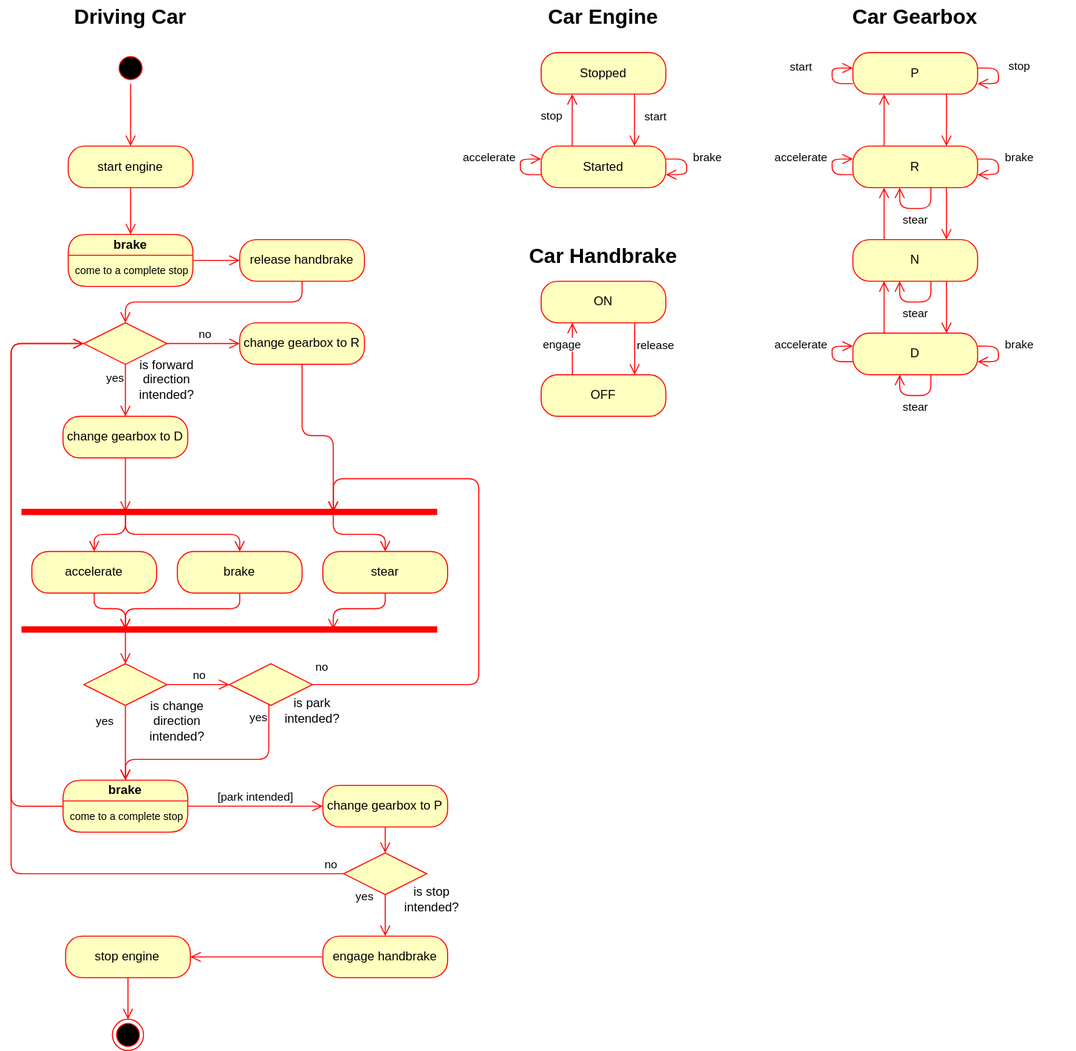
Before: help-uml/activity/driving-a-car-example.drawio.svg, a diagram exported from draw.io (suttaplayer/dn34-PROGRESSING-BY-TENS). Source tidied: cells renumbered, new cells last; positions are measured from the earlier drawing's top-left corner, leaving out a move shared by most shapes.
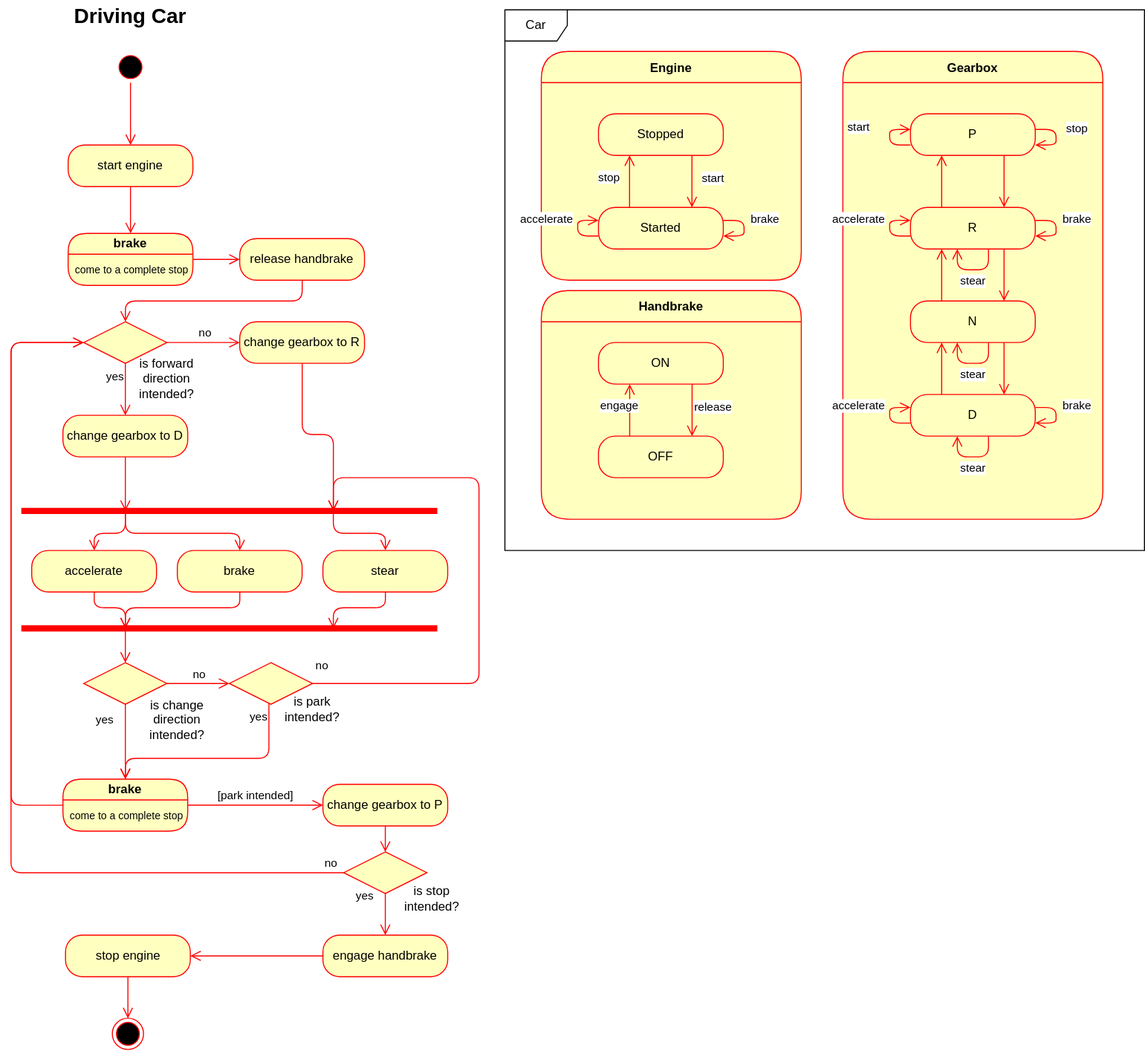
After the commit.

The edit, as a diff of the source:
```diff
@@ -2,6 +2,18 @@
   <root>
     <mxCell id="0" />
     <mxCell id="1" parent="0" />
+    <mxCell id="87" value="Gearbox" style="swimlane;fontStyle=1;align=center;verticalAlign=middle;horizontal=1;startSize=30;fontColor=#000000;rounded=1;arcSize=30;strokeColor=#ff0000;fillColor=#ffffc0;swimlaneFillColor=#ffffc0;" parent="1" vertex="1">
+      <mxGeometry x="810" y="50" width="250" height="450" as="geometry" />
+    </mxCell>
+    <mxCell id="88" value="Car" style="shape=umlFrame;whiteSpace=wrap;html=1;" parent="1" vertex="1">
+      <mxGeometry x="485" y="10" width="615" height="520" as="geometry" />
+    </mxCell>
+    <mxCell id="89" value="Engine" style="swimlane;fontStyle=1;align=center;verticalAlign=middle;horizontal=1;startSize=30;fontColor=#000000;rounded=1;arcSize=30;strokeColor=#ff0000;fillColor=#ffffc0;swimlaneFillColor=#ffffc0;" parent="1" vertex="1">
+      <mxGeometry x="520" y="50" width="250" height="220" as="geometry" />
+    </mxCell>
+    <mxCell id="90" value="Handbrake" style="swimlane;fontStyle=1;align=center;verticalAlign=middle;horizontal=1;startSize=30;fontColor=#000000;rounded=1;arcSize=30;strokeColor=#ff0000;fillColor=#ffffc0;swimlaneFillColor=#ffffc0;" parent="1" vertex="1">
+      <mxGeometry x="520" y="280" width="250" height="220" as="geometry" />
+    </mxCell>
     <mxCell id="2" value="start engine" style="rounded=1;whiteSpace=wrap;html=1;arcSize=40;fontColor=#000000;fillColor=#ffffc0;strokeColor=#ff0000;" parent="1" vertex="1">
       <mxGeometry x="65" y="140" width="120" height="40" as="geometry" />
     </mxCell>
@@ -32,32 +44,29 @@
     <mxCell id="9" value="Driving Car" style="text;html=1;align=center;verticalAlign=middle;whiteSpace=wrap;rounded=0;fontSize=20;fontStyle=1;" parent="1" vertex="1">
       <mxGeometry width="250" height="30" as="geometry" />
     </mxCell>
-    <mxCell id="10" value="Car Engine" style="text;html=1;align=center;verticalAlign=middle;whiteSpace=wrap;rounded=0;fontSize=20;fontStyle=1;" parent="1" vertex="1">
-      <mxGeometry x="425" width="310" height="30" as="geometry" />
-    </mxCell>
     <mxCell id="11" value="Stopped" style="rounded=1;whiteSpace=wrap;html=1;arcSize=40;fontColor=#000000;fillColor=#ffffc0;strokeColor=#ff0000;" parent="1" vertex="1">
-      <mxGeometry x="520" y="50" width="120" height="40" as="geometry" />
+      <mxGeometry x="575" y="110" width="120" height="40" as="geometry" />
     </mxCell>
     <mxCell id="12" value="Started" style="rounded=1;whiteSpace=wrap;html=1;arcSize=40;fontColor=#000000;fillColor=#ffffc0;strokeColor=#ff0000;" parent="1" vertex="1">
-      <mxGeometry x="520" y="140" width="120" height="40" as="geometry" />
+      <mxGeometry x="575" y="200" width="120" height="40" as="geometry" />
     </mxCell>
     <mxCell id="13" value="brake" style="edgeStyle=orthogonalEdgeStyle;html=1;verticalAlign=bottom;endArrow=open;endSize=8;strokeColor=#ff0000;" parent="1" edge="1">
       <mxGeometry y="20" relative="1" as="geometry">
-        <mxPoint x="640" y="152.5" as="sourcePoint" />
-        <mxPoint x="640" y="167.5" as="targetPoint" />
+        <mxPoint x="695" y="212.5" as="sourcePoint" />
+        <mxPoint x="695" y="227.5" as="targetPoint" />
         <Array as="points">
-          <mxPoint x="660" y="152.5" />
-          <mxPoint x="660" y="167.5" />
+          <mxPoint x="715" y="212.5" />
+          <mxPoint x="715" y="227.5" />
         </Array>
       </mxGeometry>
     </mxCell>
     <mxCell id="14" value="accelerate" style="edgeStyle=orthogonalEdgeStyle;html=1;verticalAlign=bottom;endArrow=open;endSize=8;strokeColor=#ff0000;" parent="1" edge="1">
       <mxGeometry y="30" relative="1" as="geometry">
-        <mxPoint x="520" y="167.5" as="sourcePoint" />
-        <mxPoint x="520" y="152.5" as="targetPoint" />
+        <mxPoint x="575" y="227.5" as="sourcePoint" />
+        <mxPoint x="575" y="212.5" as="targetPoint" />
         <Array as="points">
-          <mxPoint x="500" y="167.5" />
-          <mxPoint x="500" y="152.5" />
+          <mxPoint x="555" y="227.5" />
+          <mxPoint x="555" y="212.5" />
         </Array>
       </mxGeometry>
     </mxCell>
@@ -85,30 +94,27 @@
     <mxCell id="22" value="change gearbox to R" style="rounded=1;whiteSpace=wrap;html=1;arcSize=40;fontColor=#000000;fillColor=#ffffc0;strokeColor=#ff0000;" parent="1" vertex="1">
       <mxGeometry x="230" y="310" width="120" height="40" as="geometry" />
     </mxCell>
-    <mxCell id="23" value="Car Handbrake" style="text;html=1;align=center;verticalAlign=middle;whiteSpace=wrap;rounded=0;fontSize=20;fontStyle=1;" parent="1" vertex="1">
-      <mxGeometry x="425" y="230" width="310" height="30" as="geometry" />
-    </mxCell>
     <mxCell id="24" value="ON" style="rounded=1;whiteSpace=wrap;html=1;arcSize=40;fontColor=#000000;fillColor=#ffffc0;strokeColor=#ff0000;" parent="1" vertex="1">
-      <mxGeometry x="520" y="270" width="120" height="40" as="geometry" />
+      <mxGeometry x="575" y="330" width="120" height="40" as="geometry" />
     </mxCell>
     <mxCell id="25" value="OFF" style="rounded=1;whiteSpace=wrap;html=1;arcSize=40;fontColor=#000000;fillColor=#ffffc0;strokeColor=#ff0000;" parent="1" vertex="1">
-      <mxGeometry x="520" y="360" width="120" height="40" as="geometry" />
+      <mxGeometry x="575" y="420" width="120" height="40" as="geometry" />
     </mxCell>
     <mxCell id="26" value="release" style="edgeStyle=orthogonalEdgeStyle;html=1;verticalAlign=bottom;endArrow=open;endSize=8;strokeColor=#ff0000;" parent="1" edge="1" source="24" target="25">
       <mxGeometry x="0.2" y="20" relative="1" as="geometry">
         <Array as="points">
-          <mxPoint x="610" y="330" />
-          <mxPoint x="610" y="330" />
+          <mxPoint x="665" y="390" />
+          <mxPoint x="665" y="390" />
         </Array>
       </mxGeometry>
     </mxCell>
     <mxCell id="27" value="engage" style="edgeStyle=orthogonalEdgeStyle;html=1;verticalAlign=bottom;endArrow=open;endSize=8;strokeColor=#ff0000;" parent="1" edge="1">
       <mxGeometry x="-0.2" y="10" relative="1" as="geometry">
-        <mxPoint x="550" y="360" as="sourcePoint" />
-        <mxPoint x="550" y="310" as="targetPoint" />
+        <mxPoint x="605" y="420" as="sourcePoint" />
+        <mxPoint x="605" y="370" as="targetPoint" />
         <Array as="points">
-          <mxPoint x="550" y="330" />
-          <mxPoint x="550" y="330" />
+          <mxPoint x="605" y="390" />
+          <mxPoint x="605" y="390" />
         </Array>
       </mxGeometry>
     </mxCell>
@@ -125,95 +131,92 @@
       <mxGeometry relative="1" as="geometry" />
     </mxCell>
     <mxCell id="32" value="P" style="rounded=1;whiteSpace=wrap;html=1;arcSize=40;fontColor=#000000;fillColor=#ffffc0;strokeColor=#ff0000;" parent="1" vertex="1">
-      <mxGeometry x="820" y="50" width="120" height="40" as="geometry" />
+      <mxGeometry x="875" y="110" width="120" height="40" as="geometry" />
     </mxCell>
     <mxCell id="33" value="R" style="rounded=1;whiteSpace=wrap;html=1;arcSize=40;fontColor=#000000;fillColor=#ffffc0;strokeColor=#ff0000;" parent="1" vertex="1">
-      <mxGeometry x="820" y="140" width="120" height="40" as="geometry" />
+      <mxGeometry x="875" y="200" width="120" height="40" as="geometry" />
     </mxCell>
     <mxCell id="34" value="N" style="rounded=1;whiteSpace=wrap;html=1;arcSize=40;fontColor=#000000;fillColor=#ffffc0;strokeColor=#ff0000;" parent="1" vertex="1">
-      <mxGeometry x="820" y="230" width="120" height="40" as="geometry" />
+      <mxGeometry x="875" y="290" width="120" height="40" as="geometry" />
     </mxCell>
     <mxCell id="35" value="D" style="rounded=1;whiteSpace=wrap;html=1;arcSize=40;fontColor=#000000;fillColor=#ffffc0;strokeColor=#ff0000;" parent="1" vertex="1">
-      <mxGeometry x="820" y="320" width="120" height="40" as="geometry" />
+      <mxGeometry x="875" y="380" width="120" height="40" as="geometry" />
     </mxCell>
     <mxCell id="36" style="edgeStyle=orthogonalEdgeStyle;html=1;verticalAlign=bottom;endArrow=open;endSize=8;strokeColor=#ff0000;" parent="1" edge="1">
       <mxGeometry relative="1" as="geometry">
-        <mxPoint x="850" y="140" as="sourcePoint" />
-        <mxPoint x="850" y="90" as="targetPoint" />
+        <mxPoint x="905" y="200" as="sourcePoint" />
+        <mxPoint x="905" y="150" as="targetPoint" />
       </mxGeometry>
     </mxCell>
     <mxCell id="37" style="edgeStyle=orthogonalEdgeStyle;html=1;verticalAlign=bottom;endArrow=open;endSize=8;strokeColor=#ff0000;" parent="1" edge="1">
       <mxGeometry relative="1" as="geometry">
-        <mxPoint x="850" y="230" as="sourcePoint" />
-        <mxPoint x="850" y="180" as="targetPoint" />
+        <mxPoint x="905" y="290" as="sourcePoint" />
+        <mxPoint x="905" y="240" as="targetPoint" />
       </mxGeometry>
     </mxCell>
     <mxCell id="38" style="edgeStyle=orthogonalEdgeStyle;html=1;verticalAlign=bottom;endArrow=open;endSize=8;strokeColor=#ff0000;" parent="1" edge="1">
       <mxGeometry relative="1" as="geometry">
-        <mxPoint x="850" y="320" as="sourcePoint" />
-        <mxPoint x="850" y="270" as="targetPoint" />
+        <mxPoint x="905" y="380" as="sourcePoint" />
+        <mxPoint x="905" y="330" as="targetPoint" />
       </mxGeometry>
     </mxCell>
     <mxCell id="39" value="brake" style="edgeStyle=orthogonalEdgeStyle;html=1;verticalAlign=bottom;endArrow=open;endSize=8;strokeColor=#ff0000;" parent="1" edge="1">
       <mxGeometry y="20" relative="1" as="geometry">
-        <mxPoint x="940" y="152.5" as="sourcePoint" />
-        <mxPoint x="940" y="167.5" as="targetPoint" />
+        <mxPoint x="995" y="212.5" as="sourcePoint" />
+        <mxPoint x="995" y="227.5" as="targetPoint" />
         <Array as="points">
-          <mxPoint x="960" y="152.5" />
-          <mxPoint x="960" y="167.5" />
+          <mxPoint x="1015" y="212.5" />
+          <mxPoint x="1015" y="227.5" />
         </Array>
       </mxGeometry>
     </mxCell>
     <mxCell id="40" value="brake" style="edgeStyle=orthogonalEdgeStyle;html=1;verticalAlign=bottom;endArrow=open;endSize=8;strokeColor=#ff0000;" parent="1" edge="1">
       <mxGeometry y="20" relative="1" as="geometry">
-        <mxPoint x="940" y="332.5" as="sourcePoint" />
-        <mxPoint x="940" y="347.5" as="targetPoint" />
+        <mxPoint x="995" y="392.5" as="sourcePoint" />
+        <mxPoint x="995" y="407.5" as="targetPoint" />
         <Array as="points">
-          <mxPoint x="960" y="332.5" />
-          <mxPoint x="960" y="347.5" />
+          <mxPoint x="1015" y="392.5" />
+          <mxPoint x="1015" y="407.5" />
         </Array>
       </mxGeometry>
     </mxCell>
     <mxCell id="41" value="accelerate" style="edgeStyle=orthogonalEdgeStyle;html=1;verticalAlign=bottom;endArrow=open;endSize=8;strokeColor=#ff0000;" parent="1" edge="1">
       <mxGeometry y="30" relative="1" as="geometry">
-        <mxPoint x="820" y="167.5" as="sourcePoint" />
-        <mxPoint x="820" y="152.5" as="targetPoint" />
+        <mxPoint x="875" y="227.5" as="sourcePoint" />
+        <mxPoint x="875" y="212.5" as="targetPoint" />
         <Array as="points">
-          <mxPoint x="800" y="167.5" />
-          <mxPoint x="800" y="152.5" />
+          <mxPoint x="855" y="227.5" />
+          <mxPoint x="855" y="212.5" />
         </Array>
       </mxGeometry>
     </mxCell>
     <mxCell id="42" value="accelerate" style="edgeStyle=orthogonalEdgeStyle;html=1;verticalAlign=bottom;endArrow=open;endSize=8;strokeColor=#ff0000;" parent="1" edge="1">
       <mxGeometry y="30" relative="1" as="geometry">
-        <mxPoint x="820" y="347.5" as="sourcePoint" />
-        <mxPoint x="820" y="332.5" as="targetPoint" />
+        <mxPoint x="875" y="407.5" as="sourcePoint" />
+        <mxPoint x="875" y="392.5" as="targetPoint" />
         <Array as="points">
-          <mxPoint x="800" y="347.5" />
-          <mxPoint x="800" y="332.5" />
+          <mxPoint x="855" y="407.5" />
+          <mxPoint x="855" y="392.5" />
         </Array>
       </mxGeometry>
     </mxCell>
-    <mxCell id="43" value="Car Gearbox" style="text;html=1;align=center;verticalAlign=middle;whiteSpace=wrap;rounded=0;fontSize=20;fontStyle=1;" parent="1" vertex="1">
-      <mxGeometry x="725" width="310" height="30" as="geometry" />
-    </mxCell>
     <mxCell id="44" value="start" style="edgeStyle=orthogonalEdgeStyle;html=1;verticalAlign=bottom;endArrow=open;endSize=8;strokeColor=#ff0000;" parent="1" edge="1">
       <mxGeometry x="0.2" y="20" relative="1" as="geometry">
-        <mxPoint x="609.9" y="90" as="sourcePoint" />
-        <mxPoint x="609.9" y="140" as="targetPoint" />
+        <mxPoint x="664.9" y="150" as="sourcePoint" />
+        <mxPoint x="664.9" y="200" as="targetPoint" />
         <Array as="points">
-          <mxPoint x="609.9" y="110" />
-          <mxPoint x="609.9" y="110" />
+          <mxPoint x="664.9" y="170" />
+          <mxPoint x="664.9" y="170" />
         </Array>
       </mxGeometry>
     </mxCell>
     <mxCell id="45" value="stop" style="edgeStyle=orthogonalEdgeStyle;html=1;verticalAlign=bottom;endArrow=open;endSize=8;strokeColor=#ff0000;" parent="1" edge="1">
       <mxGeometry x="-0.2" y="20" relative="1" as="geometry">
-        <mxPoint x="549.9" y="140" as="sourcePoint" />
-        <mxPoint x="549.9" y="90" as="targetPoint" />
+        <mxPoint x="604.9" y="200" as="sourcePoint" />
+        <mxPoint x="604.9" y="150" as="targetPoint" />
         <Array as="points">
-          <mxPoint x="549.9" y="110" />
-          <mxPoint x="549.9" y="110" />
+          <mxPoint x="604.9" y="170" />
+          <mxPoint x="604.9" y="170" />
         </Array>
       </mxGeometry>
     </mxCell>
@@ -339,69 +342,69 @@
     </mxCell>
     <mxCell id="79" value="stop" style="edgeStyle=orthogonalEdgeStyle;html=1;verticalAlign=bottom;endArrow=open;endSize=8;strokeColor=#ff0000;" parent="1" edge="1">
       <mxGeometry y="20" relative="1" as="geometry">
-        <mxPoint x="940" y="65" as="sourcePoint" />
-        <mxPoint x="940" y="80" as="targetPoint" />
+        <mxPoint x="995" y="125" as="sourcePoint" />
+        <mxPoint x="995" y="140" as="targetPoint" />
         <Array as="points">
-          <mxPoint x="960" y="65" />
-          <mxPoint x="960" y="80" />
+          <mxPoint x="1015" y="125" />
+          <mxPoint x="1015" y="140" />
         </Array>
       </mxGeometry>
     </mxCell>
     <mxCell id="80" value="start" style="edgeStyle=orthogonalEdgeStyle;html=1;verticalAlign=bottom;endArrow=open;endSize=8;strokeColor=#ff0000;" parent="1" edge="1">
       <mxGeometry y="30" relative="1" as="geometry">
-        <mxPoint x="820" y="80" as="sourcePoint" />
-        <mxPoint x="820" y="65" as="targetPoint" />
+        <mxPoint x="875" y="140" as="sourcePoint" />
+        <mxPoint x="875" y="125" as="targetPoint" />
         <Array as="points">
-          <mxPoint x="800" y="80" />
-          <mxPoint x="800" y="65" />
+          <mxPoint x="855" y="140" />
+          <mxPoint x="855" y="125" />
         </Array>
       </mxGeometry>
     </mxCell>
     <mxCell id="81" style="edgeStyle=orthogonalEdgeStyle;html=1;verticalAlign=bottom;endArrow=open;endSize=8;strokeColor=#ff0000;" parent="1" edge="1">
       <mxGeometry relative="1" as="geometry">
-        <mxPoint x="910" y="90" as="sourcePoint" />
-        <mxPoint x="910" y="140" as="targetPoint" />
+        <mxPoint x="965" y="150" as="sourcePoint" />
+        <mxPoint x="965" y="200" as="targetPoint" />
       </mxGeometry>
     </mxCell>
     <mxCell id="82" style="edgeStyle=orthogonalEdgeStyle;html=1;verticalAlign=bottom;endArrow=open;endSize=8;strokeColor=#ff0000;" parent="1" edge="1">
       <mxGeometry relative="1" as="geometry">
-        <mxPoint x="910" y="180" as="sourcePoint" />
-        <mxPoint x="910" y="230" as="targetPoint" />
+        <mxPoint x="965" y="240" as="sourcePoint" />
+        <mxPoint x="965" y="290" as="targetPoint" />
       </mxGeometry>
     </mxCell>
     <mxCell id="83" style="edgeStyle=orthogonalEdgeStyle;html=1;verticalAlign=bottom;endArrow=open;endSize=8;strokeColor=#ff0000;" parent="1" edge="1">
       <mxGeometry relative="1" as="geometry">
-        <mxPoint x="910" y="270" as="sourcePoint" />
-        <mxPoint x="910" y="320" as="targetPoint" />
+        <mxPoint x="965" y="330" as="sourcePoint" />
+        <mxPoint x="965" y="380" as="targetPoint" />
       </mxGeometry>
     </mxCell>
     <mxCell id="84" value="stear" style="edgeStyle=orthogonalEdgeStyle;html=1;verticalAlign=bottom;endArrow=open;endSize=8;strokeColor=#ff0000;" parent="1" edge="1">
       <mxGeometry y="20" relative="1" as="geometry">
-        <mxPoint x="895" y="180" as="sourcePoint" />
-        <mxPoint x="865" y="180" as="targetPoint" />
+        <mxPoint x="950" y="240" as="sourcePoint" />
+        <mxPoint x="920" y="240" as="targetPoint" />
         <Array as="points">
-          <mxPoint x="895" y="200" />
-          <mxPoint x="865" y="200" />
+          <mxPoint x="950" y="260" />
+          <mxPoint x="920" y="260" />
         </Array>
       </mxGeometry>
     </mxCell>
     <mxCell id="85" value="stear" style="edgeStyle=orthogonalEdgeStyle;html=1;verticalAlign=bottom;endArrow=open;endSize=8;strokeColor=#ff0000;" parent="1" edge="1">
       <mxGeometry y="20" relative="1" as="geometry">
-        <mxPoint x="895" y="270" as="sourcePoint" />
-        <mxPoint x="865" y="270" as="targetPoint" />
+        <mxPoint x="950" y="330" as="sourcePoint" />
+        <mxPoint x="920" y="330" as="targetPoint" />
         <Array as="points">
-          <mxPoint x="895" y="290" />
-          <mxPoint x="865" y="290" />
+          <mxPoint x="950" y="350" />
+          <mxPoint x="920" y="350" />
         </Array>
       </mxGeometry>
     </mxCell>
     <mxCell id="86" value="stear" style="edgeStyle=orthogonalEdgeStyle;html=1;verticalAlign=bottom;endArrow=open;endSize=8;strokeColor=#ff0000;" parent="1" edge="1">
       <mxGeometry y="20" relative="1" as="geometry">
-        <mxPoint x="895" y="360" as="sourcePoint" />
-        <mxPoint x="865" y="360" as="targetPoint" />
+        <mxPoint x="950" y="420" as="sourcePoint" />
+        <mxPoint x="920" y="420" as="targetPoint" />
         <Array as="points">
-          <mxPoint x="895" y="380" />
-          <mxPoint x="865" y="380" />
+          <mxPoint x="950" y="440" />
+          <mxPoint x="920" y="440" />
         </Array>
       </mxGeometry>
     </mxCell>
```
